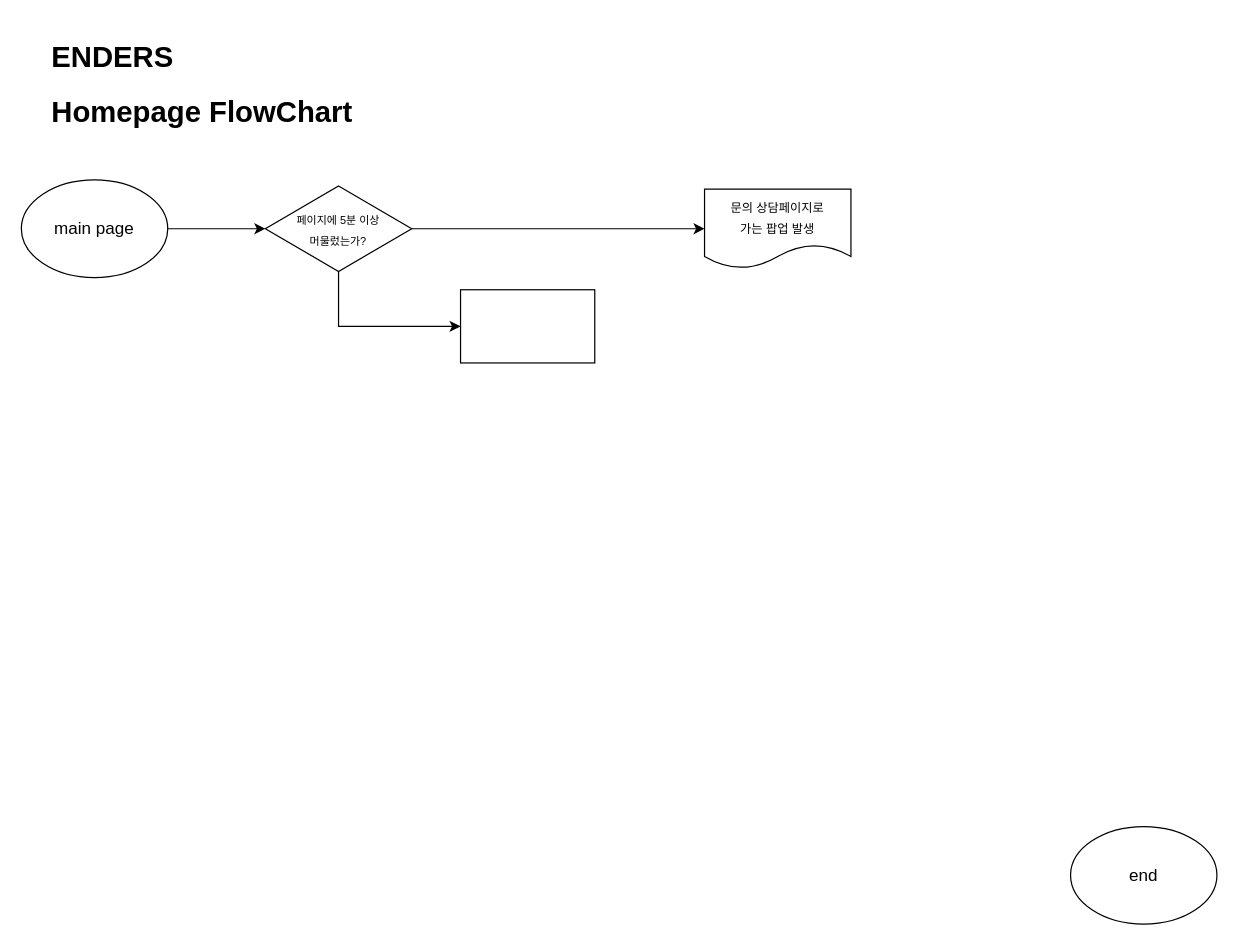
Earlier version of the draw.io diagram Untitled Diagram.drawio (YUNHYEJEONG/ender-s_project). Source tidied: cells renumbered, new cells numbered last; positions are measured from the earlier drawing's top-left corner, leaving out a move shared by most shapes. Both pictures are drawn from the tidied source at 122%, with x=0, y=0 at pixel (21, 33).
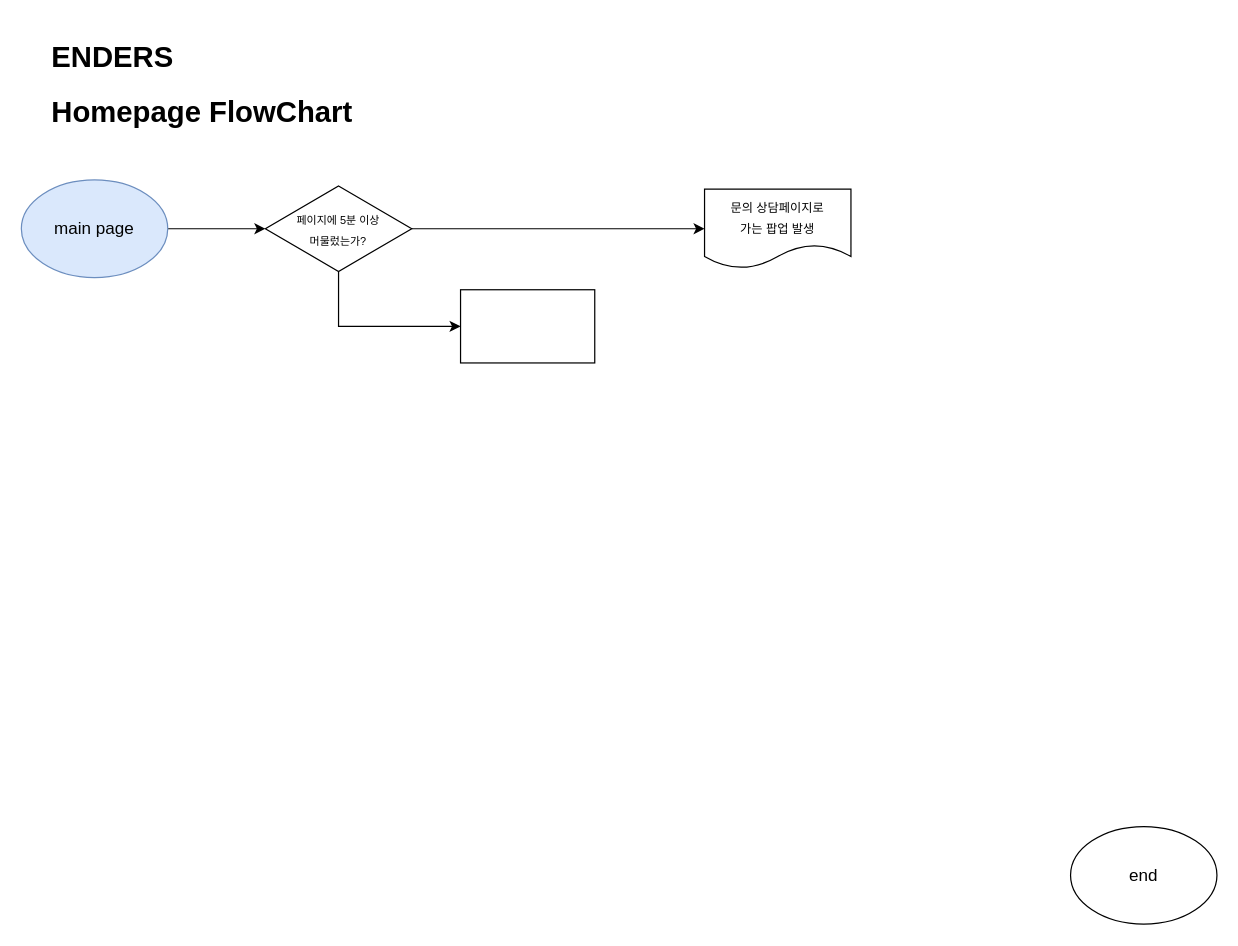
After the change.

Change to the diagram source:
```diff
@@
 <mxGraphModel>
   <root>
     <mxCell id="0" />
     <mxCell id="1" parent="0" />
     <mxCell id="2" style="edgeStyle=orthogonalEdgeStyle;rounded=0;jettySize=auto;html=1;exitX=1;exitY=0.5;exitDx=0;exitDy=0;entryX=0;entryY=0.5;entryDx=0;entryDy=0;fontSize=14;" parent="1" edge="1" source="3" target="8">
       <mxGeometry relative="1" as="geometry" />
     </mxCell>
-    <mxCell id="3" value="main page" style="ellipse;whiteSpace=wrap;html=1;fontSize=14;" parent="1" vertex="1">
+    <mxCell id="3" value="main page" style="ellipse;whiteSpace=wrap;html=1;fontSize=14;fillColor=#dae8fc;strokeColor=#6c8ebf;" parent="1" vertex="1">
       <mxGeometry y="120" width="120" height="80" as="geometry" />
     </mxCell>
     <mxCell id="4" value="&lt;h1&gt;ENDERS&amp;nbsp;&lt;/h1&gt;&lt;h1&gt;Homepage FlowChart&lt;/h1&gt;&lt;p&gt;&lt;br&gt;&lt;/p&gt;" style="text;html=1;strokeColor=none;fillColor=none;spacing=5;spacingTop=-20;whiteSpace=wrap;overflow=hidden;rounded=0;" parent="1" vertex="1">
       <mxGeometry x="20" width="330" height="120" as="geometry" />
     </mxCell>
     <mxCell id="5" value="end" style="ellipse;whiteSpace=wrap;html=1;fontSize=14;" parent="1" vertex="1">
       <mxGeometry x="860" y="650" width="120" height="80" as="geometry" />
     </mxCell>
     <mxCell id="6" style="edgeStyle=orthogonalEdgeStyle;rounded=0;jettySize=auto;html=1;fontSize=14;entryX=0;entryY=0.5;entryDx=0;entryDy=0;" parent="1" edge="1" source="8" target="9">
       <mxGeometry relative="1" as="geometry" />
     </mxCell>
     <mxCell id="7" style="edgeStyle=orthogonalEdgeStyle;rounded=0;jettySize=auto;html=1;fontSize=14;entryX=0;entryY=0.5;entryDx=0;entryDy=0;exitX=0.5;exitY=1;exitDx=0;exitDy=0;" parent="1" edge="1" source="8" target="10">
       <mxGeometry relative="1" as="geometry">
         <Array as="points">
           <mxPoint x="260" y="240" />
         </Array>
       </mxGeometry>
     </mxCell>
     <mxCell id="8" value="&lt;font style=&quot;font-size: 9px&quot;&gt;페이지에 5분 이상&lt;br&gt;&amp;nbsp;머물렀는가?&amp;nbsp;&lt;/font&gt;" style="rhombus;whiteSpace=wrap;html=1;fontSize=14;" parent="1" vertex="1">
       <mxGeometry x="200" y="125" width="120" height="70" as="geometry" />
     </mxCell>
     <mxCell id="9" value="&lt;font style=&quot;font-size: 10px&quot;&gt;문의 상담페이지로 &lt;br&gt;가는 팝업 발생&lt;/font&gt;" style="shape=document;whiteSpace=wrap;html=1;boundedLbl=1;fontSize=14;" parent="1" vertex="1">
       <mxGeometry x="560" y="127.5" width="120" height="65" as="geometry" />
     </mxCell>
     <mxCell id="10" style="rounded=0;whiteSpace=wrap;html=1;fontSize=14;" parent="1" vertex="1">
       <mxGeometry x="360" y="210" width="110" height="60" as="geometry" />
     </mxCell>
   </root>
 </mxGraphModel>
```
